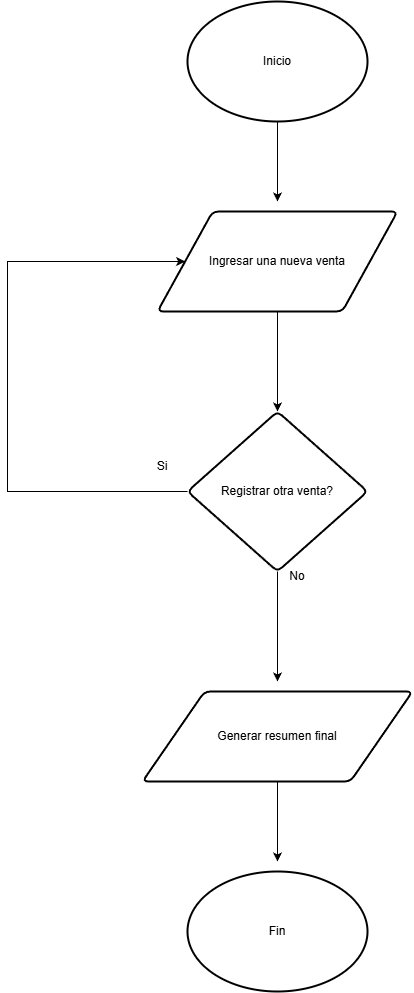
Before: diagrama de flujo/Automatización del registro diario de ventas de una tienda.drawio.png, a diagram exported from draw.io (ChrisOnfroy/AUTOMATIZATION-REGISTER-SALES). Source tidied: cells renumbered, new cells last; positions are measured from the earlier drawing's top-left corner, leaving out a move shared by most shapes. Source of this version:
```xml
<mxGraphModel>
  <root>
    <mxCell id="0" />
    <mxCell id="1" parent="0" />
    <mxCell id="2" value="Inicio" style="strokeWidth=2;html=1;shape=mxgraph.flowchart.start_1;whiteSpace=wrap;" parent="1" vertex="1">
      <mxGeometry x="180" width="180" height="120" as="geometry" />
    </mxCell>
    <mxCell id="3" style="endArrow=classic;html=1;rounded=0;exitX=0.5;exitY=1;exitDx=0;exitDy=0;exitPerimeter=0;" parent="1" edge="1" source="2">
      <mxGeometry relative="1" as="geometry">
        <mxPoint x="270" y="200" as="targetPoint" />
      </mxGeometry>
    </mxCell>
    <mxCell id="4" style="edgeStyle=orthogonalEdgeStyle;rounded=0;jettySize=auto;html=1;" parent="1" edge="1" source="5" target="8">
      <mxGeometry relative="1" as="geometry" />
    </mxCell>
    <mxCell id="5" value="Ingresar una nueva venta" style="shape=parallelogram;html=1;strokeWidth=2;perimeter=parallelogramPerimeter;whiteSpace=wrap;rounded=1;arcSize=12;size=0.23;" parent="1" vertex="1">
      <mxGeometry x="150" y="210" width="240" height="100" as="geometry" />
    </mxCell>
    <mxCell id="6" style="edgeStyle=orthogonalEdgeStyle;rounded=0;jettySize=auto;html=1;exitX=0;exitY=0.5;exitDx=0;exitDy=0;entryX=0;entryY=0.5;entryDx=0;entryDy=0;" parent="1" edge="1" source="8" target="5">
      <mxGeometry relative="1" as="geometry">
        <Array as="points">
          <mxPoint y="490" />
          <mxPoint y="260" />
        </Array>
      </mxGeometry>
    </mxCell>
    <mxCell id="7" style="edgeStyle=orthogonalEdgeStyle;rounded=0;jettySize=auto;html=1;exitX=0.5;exitY=1;exitDx=0;exitDy=0;" parent="1" edge="1" source="8">
      <mxGeometry relative="1" as="geometry">
        <mxPoint x="270" y="680" as="targetPoint" />
      </mxGeometry>
    </mxCell>
    <mxCell id="8" value="Registrar otra venta&lt;span style=&quot;background-color: transparent; color: light-dark(rgb(0, 0, 0), rgb(255, 255, 255));&quot;&gt;?&lt;/span&gt;" style="rhombus;whiteSpace=wrap;html=1;strokeWidth=2;rounded=1;arcSize=12;" parent="1" vertex="1">
      <mxGeometry x="180" y="410" width="180" height="160" as="geometry" />
    </mxCell>
    <mxCell id="9" value="Si" style="text;html=1;whiteSpace=wrap;strokeColor=none;fillColor=none;align=center;verticalAlign=middle;rounded=0;" parent="1" vertex="1">
      <mxGeometry x="140" y="450" width="30" height="30" as="geometry" />
    </mxCell>
    <mxCell id="10" value="No" style="text;html=1;whiteSpace=wrap;strokeColor=none;fillColor=none;align=center;verticalAlign=middle;rounded=0;" parent="1" vertex="1">
      <mxGeometry x="270" y="560" width="40" height="30" as="geometry" />
    </mxCell>
    <mxCell id="11" style="edgeStyle=orthogonalEdgeStyle;rounded=0;jettySize=auto;html=1;" parent="1" edge="1" source="12">
      <mxGeometry relative="1" as="geometry">
        <mxPoint x="270" y="860" as="targetPoint" />
      </mxGeometry>
    </mxCell>
    <mxCell id="12" value="Generar resumen final" style="shape=parallelogram;html=1;strokeWidth=2;perimeter=parallelogramPerimeter;whiteSpace=wrap;rounded=1;arcSize=12;size=0.23;" parent="1" vertex="1">
      <mxGeometry x="135" y="690" width="270" height="90" as="geometry" />
    </mxCell>
    <mxCell id="13" value="Fin" style="strokeWidth=2;html=1;shape=mxgraph.flowchart.start_1;whiteSpace=wrap;" parent="1" vertex="1">
      <mxGeometry x="180" y="870" width="180" height="120" as="geometry" />
    </mxCell>
  </root>
</mxGraphModel>
```
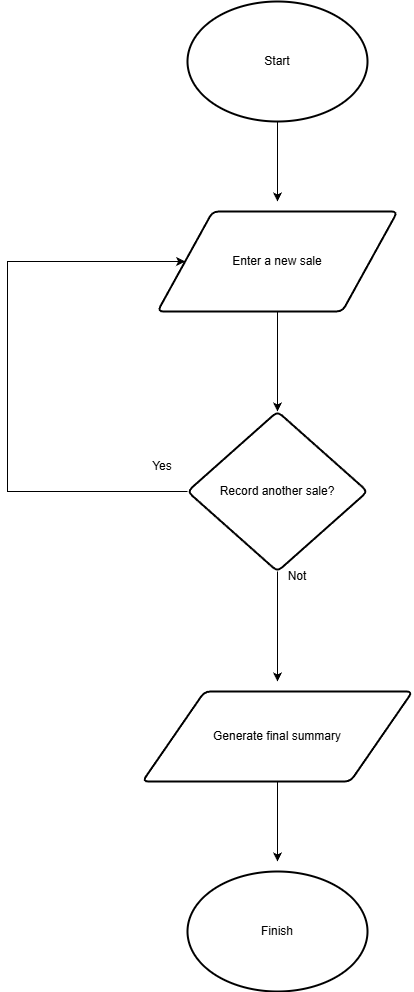
After the change.

Commit message:
diagrama en ingles

The edit, as a diff of the source:
```diff
@@ -2,7 +2,7 @@
   <root>
     <mxCell id="0" />
     <mxCell id="1" parent="0" />
-    <mxCell id="2" value="Inicio" style="strokeWidth=2;html=1;shape=mxgraph.flowchart.start_1;whiteSpace=wrap;" parent="1" vertex="1">
+    <mxCell id="2" value="Start" style="strokeWidth=2;html=1;shape=mxgraph.flowchart.start_1;whiteSpace=wrap;" parent="1" vertex="1">
       <mxGeometry x="180" width="180" height="120" as="geometry" />
     </mxCell>
     <mxCell id="3" style="endArrow=classic;html=1;rounded=0;exitX=0.5;exitY=1;exitDx=0;exitDy=0;exitPerimeter=0;" parent="1" edge="1" source="2">
@@ -13,7 +13,7 @@
     <mxCell id="4" style="edgeStyle=orthogonalEdgeStyle;rounded=0;jettySize=auto;html=1;" parent="1" edge="1" source="5" target="8">
       <mxGeometry relative="1" as="geometry" />
     </mxCell>
-    <mxCell id="5" value="Ingresar una nueva venta" style="shape=parallelogram;html=1;strokeWidth=2;perimeter=parallelogramPerimeter;whiteSpace=wrap;rounded=1;arcSize=12;size=0.23;" parent="1" vertex="1">
+    <mxCell id="5" value="Enter a new sale" style="shape=parallelogram;html=1;strokeWidth=2;perimeter=parallelogramPerimeter;whiteSpace=wrap;rounded=1;arcSize=12;size=0.23;" parent="1" vertex="1">
       <mxGeometry x="150" y="210" width="240" height="100" as="geometry" />
     </mxCell>
     <mxCell id="6" style="edgeStyle=orthogonalEdgeStyle;rounded=0;jettySize=auto;html=1;exitX=0;exitY=0.5;exitDx=0;exitDy=0;entryX=0;entryY=0.5;entryDx=0;entryDy=0;" parent="1" edge="1" source="8" target="5">
@@ -29,13 +29,13 @@
         <mxPoint x="270" y="680" as="targetPoint" />
       </mxGeometry>
     </mxCell>
-    <mxCell id="8" value="Registrar otra venta&lt;span style=&quot;background-color: transparent; color: light-dark(rgb(0, 0, 0), rgb(255, 255, 255));&quot;&gt;?&lt;/span&gt;" style="rhombus;whiteSpace=wrap;html=1;strokeWidth=2;rounded=1;arcSize=12;" parent="1" vertex="1">
+    <mxCell id="8" value="Record another sale?" style="rhombus;whiteSpace=wrap;html=1;strokeWidth=2;rounded=1;arcSize=12;" parent="1" vertex="1">
       <mxGeometry x="180" y="410" width="180" height="160" as="geometry" />
     </mxCell>
-    <mxCell id="9" value="Si" style="text;html=1;whiteSpace=wrap;strokeColor=none;fillColor=none;align=center;verticalAlign=middle;rounded=0;" parent="1" vertex="1">
-      <mxGeometry x="140" y="450" width="30" height="30" as="geometry" />
+    <mxCell id="9" value="Yes" style="text;html=1;whiteSpace=wrap;strokeColor=none;fillColor=none;align=center;verticalAlign=middle;rounded=0;" parent="1" vertex="1">
+      <mxGeometry x="135" y="450" width="40" height="30" as="geometry" />
     </mxCell>
-    <mxCell id="10" value="No" style="text;html=1;whiteSpace=wrap;strokeColor=none;fillColor=none;align=center;verticalAlign=middle;rounded=0;" parent="1" vertex="1">
+    <mxCell id="10" value="Not" style="text;html=1;whiteSpace=wrap;strokeColor=none;fillColor=none;align=center;verticalAlign=middle;rounded=0;" parent="1" vertex="1">
       <mxGeometry x="270" y="560" width="40" height="30" as="geometry" />
     </mxCell>
     <mxCell id="11" style="edgeStyle=orthogonalEdgeStyle;rounded=0;jettySize=auto;html=1;" parent="1" edge="1" source="12">
@@ -43,10 +43,10 @@
         <mxPoint x="270" y="860" as="targetPoint" />
       </mxGeometry>
     </mxCell>
-    <mxCell id="12" value="Generar resumen final" style="shape=parallelogram;html=1;strokeWidth=2;perimeter=parallelogramPerimeter;whiteSpace=wrap;rounded=1;arcSize=12;size=0.23;" parent="1" vertex="1">
+    <mxCell id="12" value="Generate final summary" style="shape=parallelogram;html=1;strokeWidth=2;perimeter=parallelogramPerimeter;whiteSpace=wrap;rounded=1;arcSize=12;size=0.23;" parent="1" vertex="1">
       <mxGeometry x="135" y="690" width="270" height="90" as="geometry" />
     </mxCell>
-    <mxCell id="13" value="Fin" style="strokeWidth=2;html=1;shape=mxgraph.flowchart.start_1;whiteSpace=wrap;" parent="1" vertex="1">
+    <mxCell id="13" value="Finish" style="strokeWidth=2;html=1;shape=mxgraph.flowchart.start_1;whiteSpace=wrap;" parent="1" vertex="1">
       <mxGeometry x="180" y="870" width="180" height="120" as="geometry" />
     </mxCell>
   </root>
```
